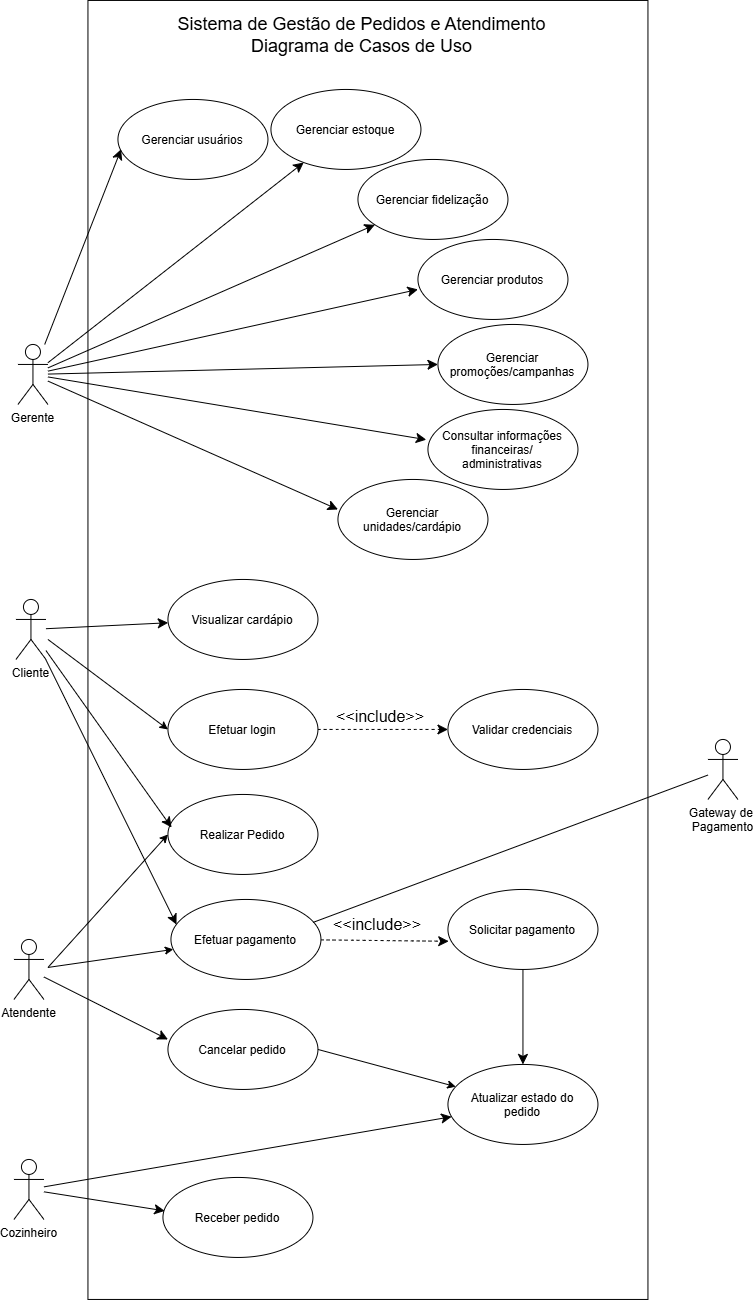
Above: documentacao/diagramas/projeto_multiciplinar_DCU.drawio.png in BrianSato/raizes-do-nordeste (draw.io), before the change. Source tidied: cells renumbered, new cells last; positions are measured from the earlier drawing's top-left corner, leaving out a move shared by most shapes.
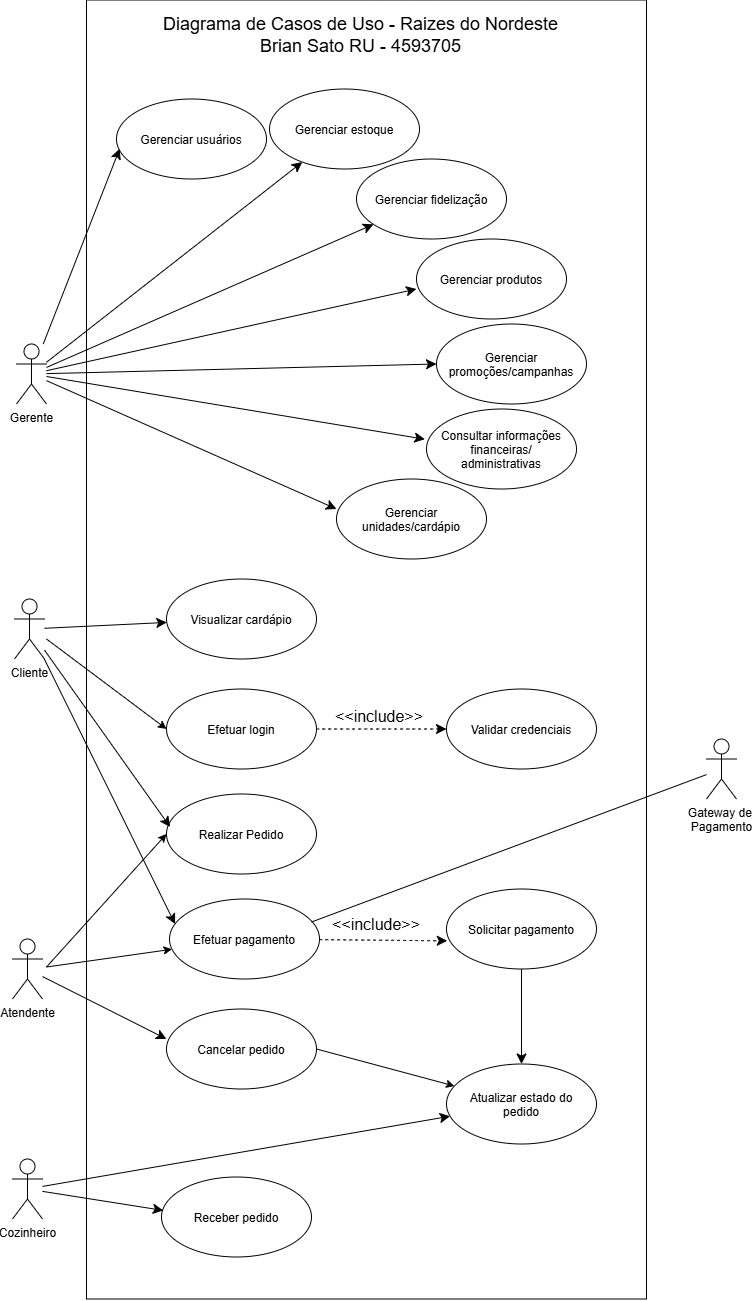
Later version of the same file.

Commit message:
Adiciona dados iniciais, atualiza README e corrige diagrama DCU

What changed in the source:
```diff
@@ -140,7 +140,7 @@
     <mxCell id="45" style="endArrow=classic;html=1;rounded=0;exitX=1;exitY=0.5;exitDx=0;exitDy=0;labelBackgroundColor=none;fontColor=default;" parent="1" edge="1" source="6" target="32">
       <mxGeometry relative="1" as="geometry" />
     </mxCell>
-    <mxCell id="46" value="Sistema de Gestão de Pedidos e Atendimento&lt;div&gt;Diagrama de Casos de Uso&lt;/div&gt;" style="text;html=1;whiteSpace=wrap;strokeColor=none;fillColor=none;align=center;verticalAlign=middle;rounded=0;fontSize=18;labelBackgroundColor=none;" parent="1" vertex="1">
+    <mxCell id="46" value="&lt;span style=&quot;background-color: transparent; color: light-dark(rgb(0, 0, 0), rgb(255, 255, 255));&quot;&gt;Diagrama de Casos de Uso - Raizes do Nordeste&lt;/span&gt;&lt;div&gt;&lt;span style=&quot;background-color: transparent; color: light-dark(rgb(0, 0, 0), rgb(255, 255, 255));&quot;&gt;Brian Sato RU - 4593705&lt;/span&gt;&lt;/div&gt;" style="text;html=1;whiteSpace=wrap;strokeColor=none;fillColor=none;align=center;verticalAlign=middle;rounded=0;fontSize=18;labelBackgroundColor=none;" parent="1" vertex="1">
       <mxGeometry x="91" y="5" width="515" height="60" as="geometry" />
     </mxCell>
     <mxCell id="47" style="endArrow=none;html=1;rounded=0;labelBackgroundColor=none;fontColor=default;endFill=0;" parent="1" edge="1" target="43">
```
